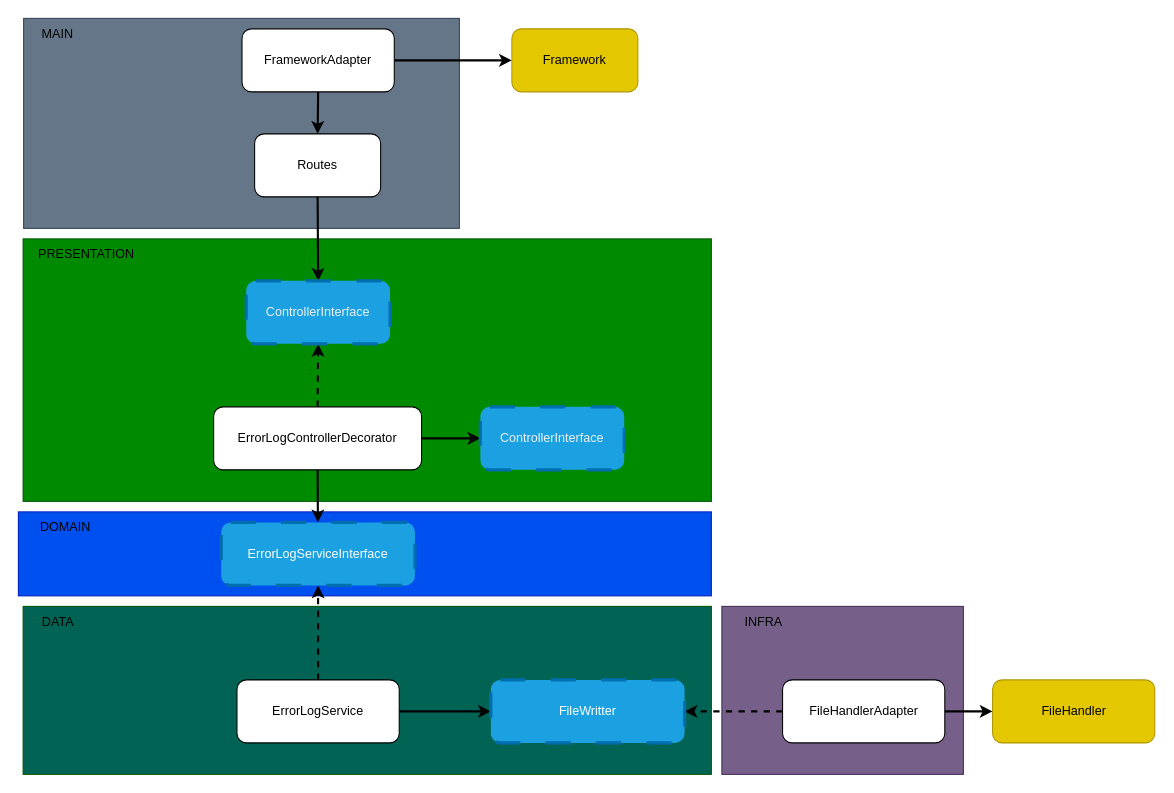
DouglasVolcato/node-tdd-clean-architecture keeps this draw.io diagram as diagrams/error-log.drawio. Above is the earlier version. Source tidied: cells renumbered, new cells numbered last; positions are measured from the earlier drawing's top-left corner, leaving out a move shared by most shapes. Both pictures are drawn from the tidied source at 105%, with x=0, y=0 at pixel (18, 18).
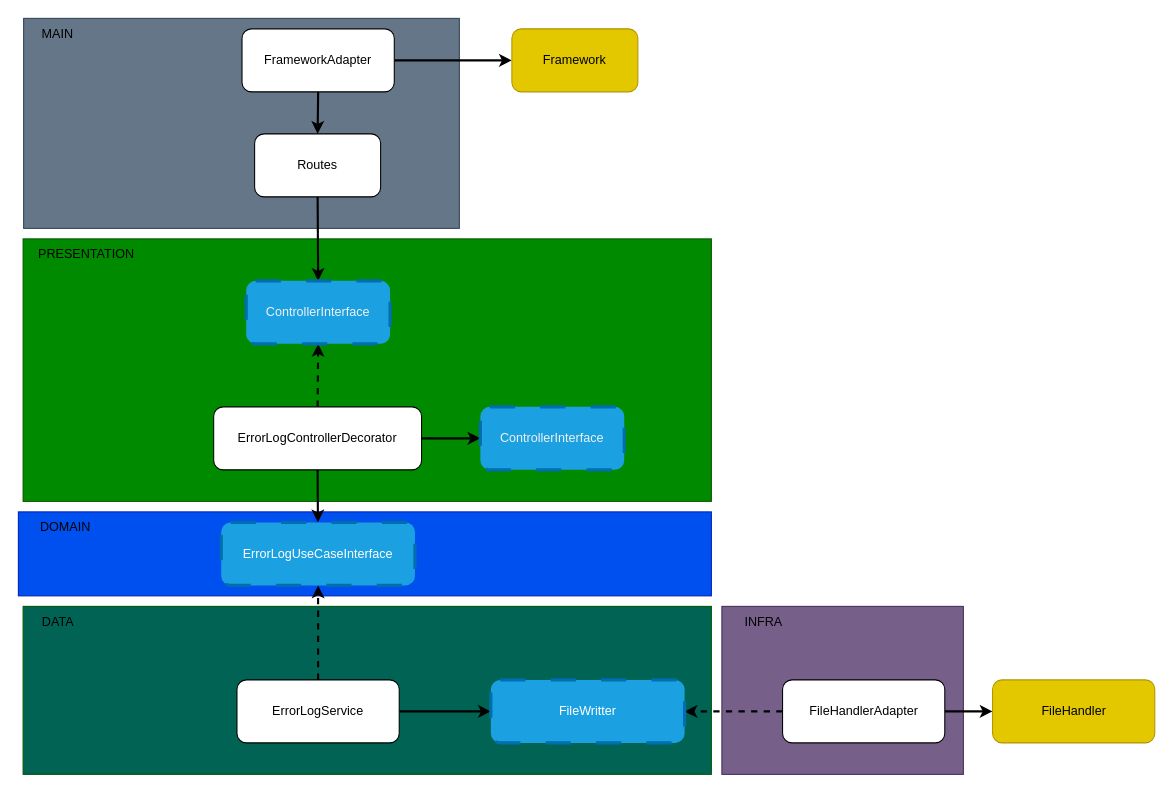
After the change.

Commit message (it also covers changes not shown here):
chore: implement diagrams

What changed in the source:
```diff
@@
-    <mxCell id="28" value="ErrorLogServiceInterface" style="rounded=1;whiteSpace=wrap;html=1;dashed=1;dashPattern=8 8;strokeWidth=3;fillColor=#1ba1e2;fontColor=#ffffff;strokeColor=#006EAF;" parent="1" vertex="1">
+    <mxCell id="28" value="ErrorLogUseCaseInterface" style="rounded=1;whiteSpace=wrap;html=1;dashed=1;dashPattern=8 8;strokeWidth=3;fillColor=#1ba1e2;fontColor=#ffffff;strokeColor=#006EAF;" parent="1" vertex="1">
       <mxGeometry x="193.2" y="480" width="184.5" height="60" as="geometry" />
     </mxCell>
```
